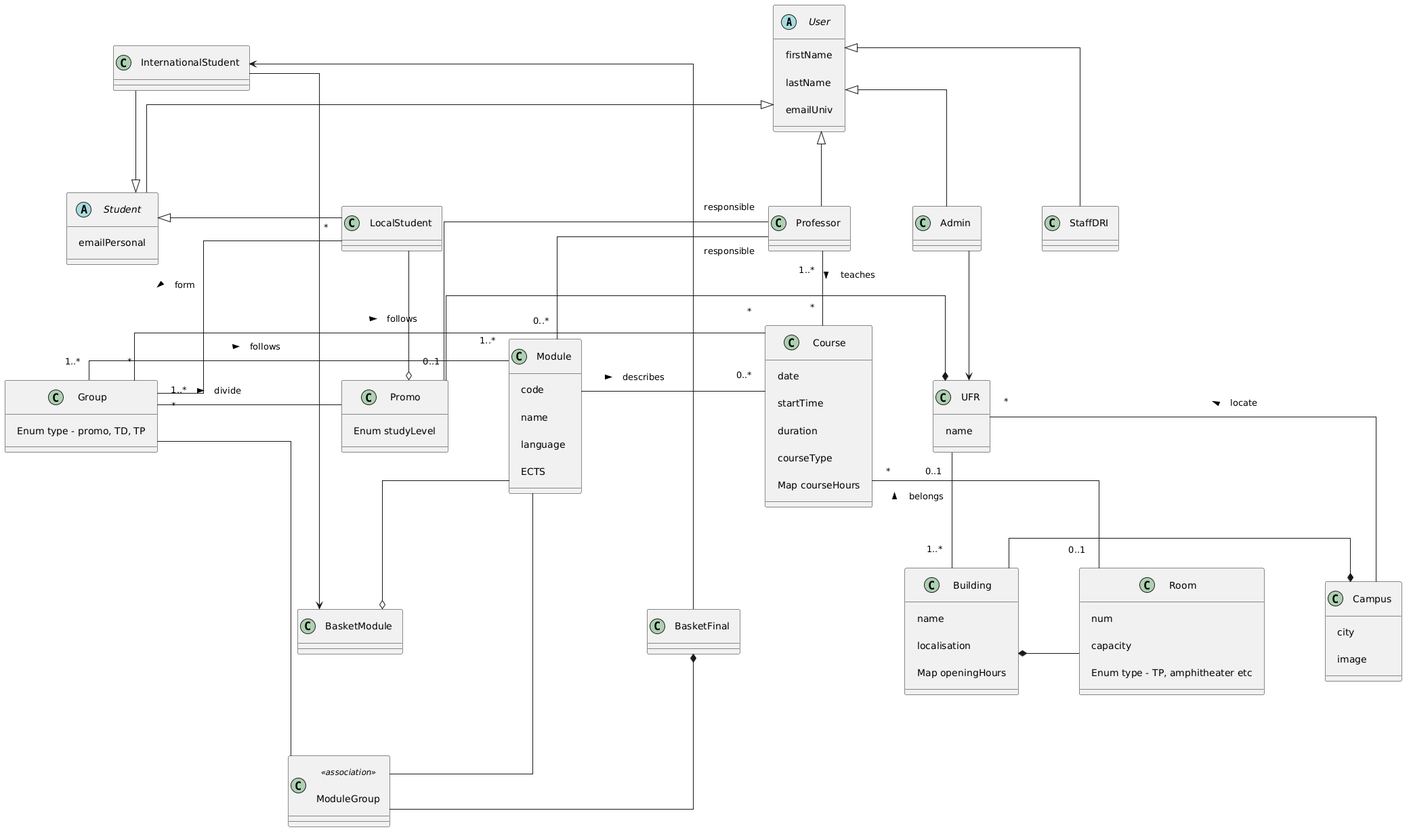
Earlier version of the PlantUML export diagrams/ClassesDiagramCompetitiveVersion.png (JoshuaDixon23/Hyperplanning).
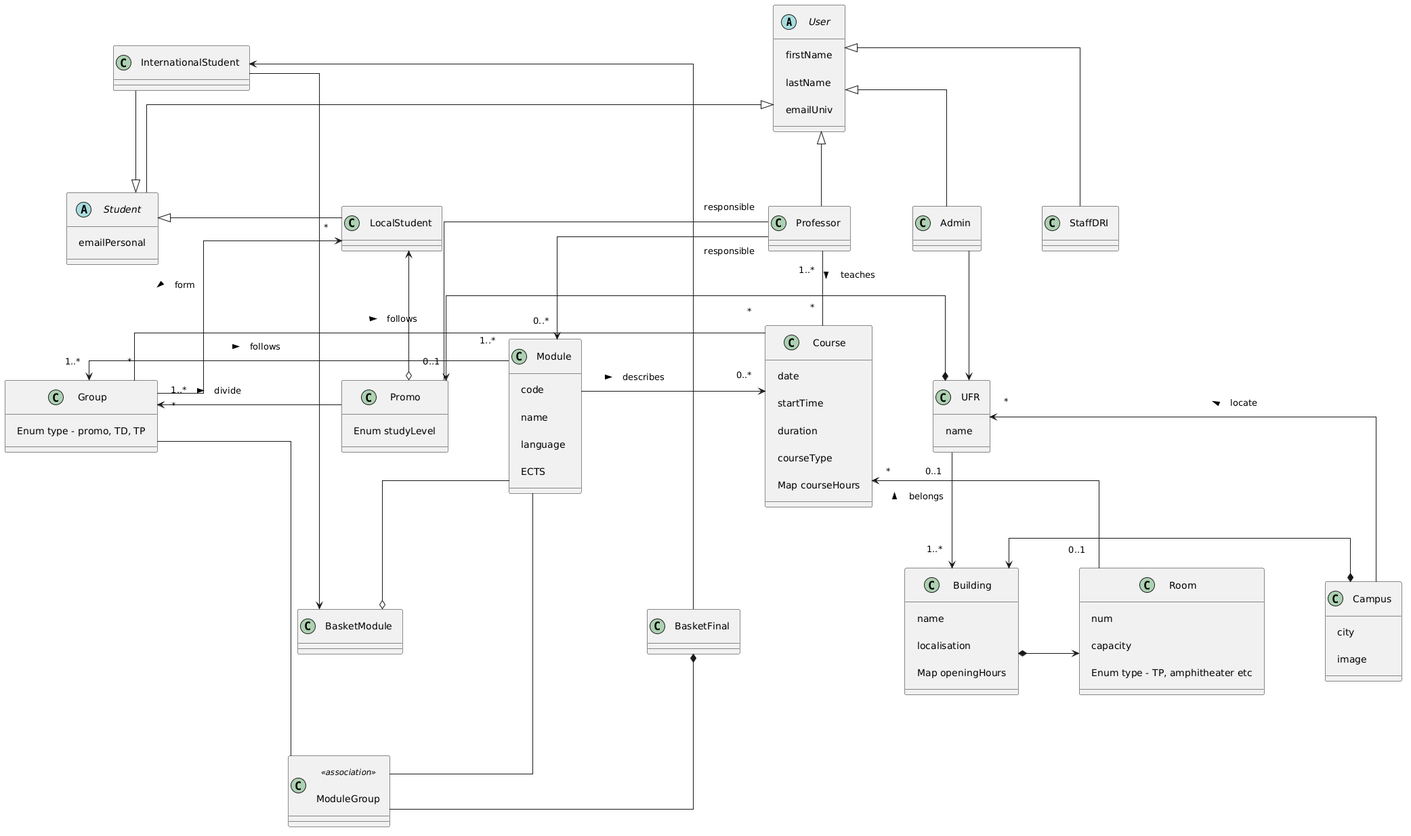
The same file after the commit.

Diff of the diagram source:
```diff
@@ -108,24 +108,24 @@
 
 
 Professor "responsible"      -d- "0..1" Promo
-Professor "responsible"      -d- "0..*" Module
+Professor "responsible"      -d-> "0..*" Module
 Professor "1..*"             -d- "*"    Course : teaches >
 
-LocalStudent       -d-o Promo
-LocalStudent "*"   -d-  "*" Group : form >
+LocalStudent       <-d-o Promo
+LocalStudent "*"   <-d-  "*" Group : form >
 
-Module             -d-  "0..*" Course : describes >
-Group "1..*"       -r-  "1..*" Module : follows >
+Module             -d->  "0..*" Course : describes >
+Group "1..*"       <-r-  "1..*" Module : follows >
 Group "*"          -r-  "*"    Course : follows >
-Promo              -d-  "1..*" Group  : divide <
+Promo              -d->  "1..*" Group  : divide <
 
-UFR                *-l- Promo
-Building           *-d- Room
-Building           -r-* Campus
-Building "1..*"    -l-  "0..1" UFR : belongs >
-UFR             "*"- Campus : locate <
+UFR                *-l-> Promo
+Building           *-d-> Room
+Building           <-r-* Campus
+Building "1..*"    <-l-  "0..1" UFR : belongs >
+UFR             "*"<- Campus : locate <
 
-Room "0..1"        -u- "*" Course
+Room "0..1"        -u-> "*" Course
 
 BasketModule       o-u- Module
 BasketModule       <-l- InternationalStudent
```
